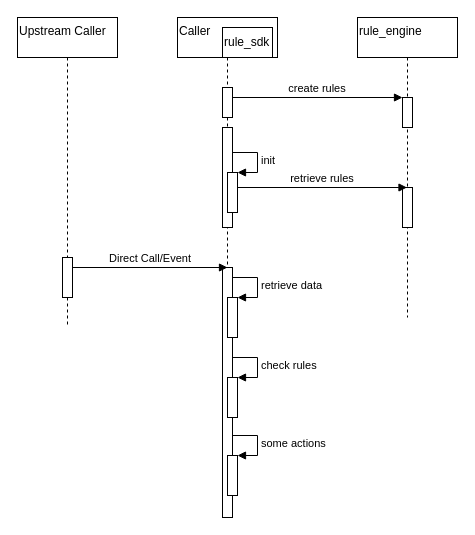
Earlier version of the draw.io diagram rule_engine.drawio (carlonelong/pics). Source tidied: cells renumbered, new cells numbered last; positions are measured from the earlier drawing's top-left corner, leaving out a move shared by most shapes. Both pictures are drawn from the tidied source at 100%, with x=0, y=0 at pixel (17, 17).
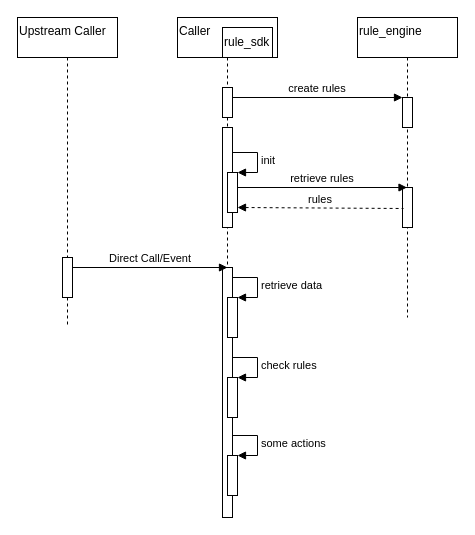
After the change.

The change refers to these unchanged cells:
```xml
<mxCell id="17" style="points=[];perimeter=orthogonalPerimeter;rounded=0;shadow=0;strokeWidth=1;" parent="15" vertex="1">
  <mxGeometry x="45" y="170" width="10" height="40" as="geometry" />
</mxCell>
```

Change to the diagram source:
```diff
@@
+    <mxCell id="23" value="rules" style="verticalAlign=bottom;endArrow=none;shadow=0;strokeWidth=1;dashed=1;startArrow=block;startFill=1;endFill=0;entryX=0.1;entryY=0.525;entryDx=0;entryDy=0;entryPerimeter=0;" parent="1" edge="1" target="17">
+      <mxGeometry relative="1" as="geometry">
+        <mxPoint x="220" y="190" as="sourcePoint" />
+      </mxGeometry>
+    </mxCell>
```
